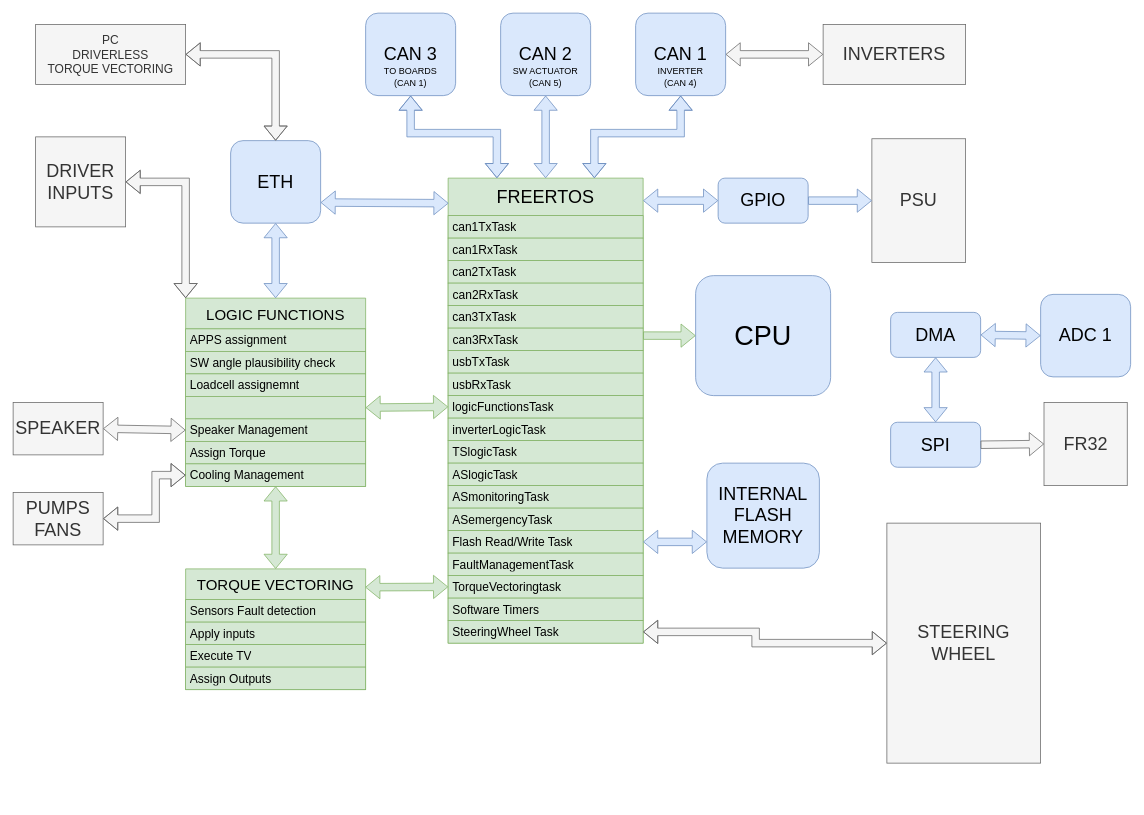
carloFerr/carloFerr keeps this draw.io diagram as VCUDP15firmwareScheme.drawio. Above is the earlier version. Source tidied: cells renumbered, new cells numbered last; positions are measured from the earlier drawing's top-left corner, leaving out a move shared by most shapes. Both pictures are drawn from the tidied source at 75%, with x=0, y=0 at pixel (13, 13).
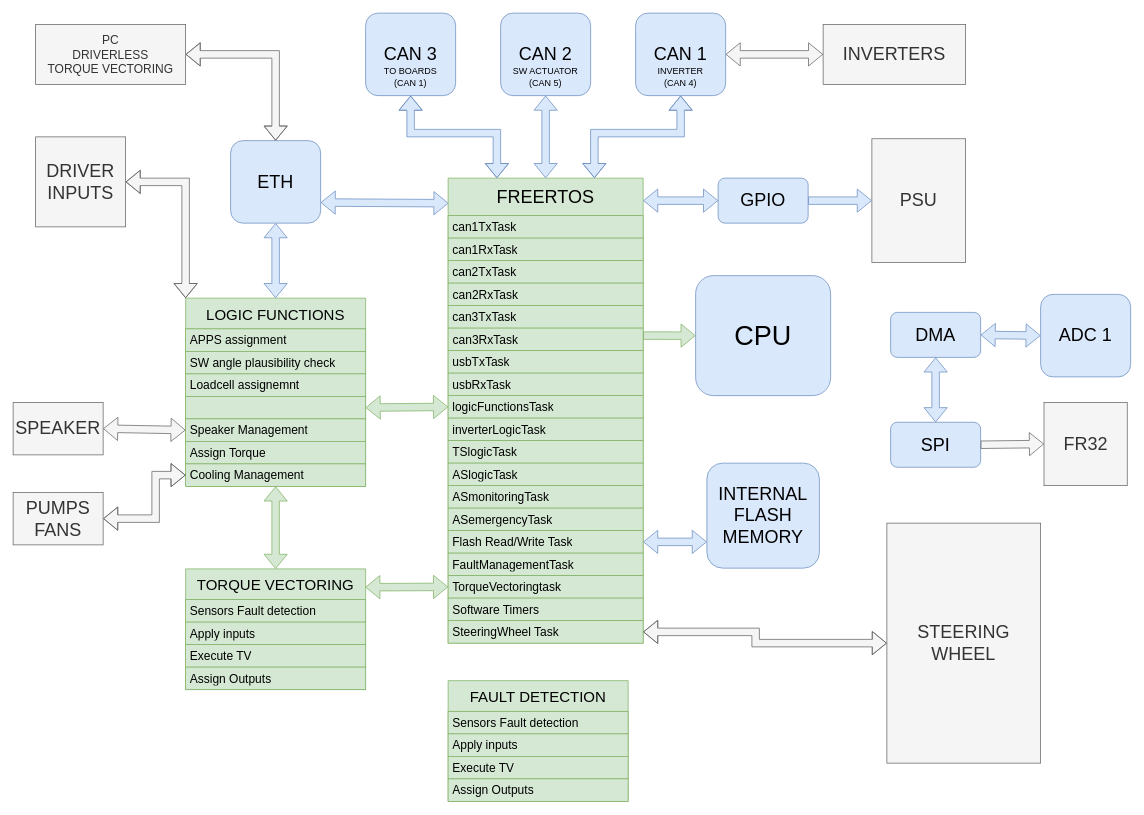
After the change.

The edit, as a diff of the source:
```diff
@@
+    <mxCell id="77" value="&lt;font style=&quot;font-size: 20px;&quot;&gt;FAULT DETECTION&lt;/font&gt;" style="swimlane;fontStyle=0;horizontal=1;startSize=41;whiteSpace=wrap;html=1;fillColor=#d5e8d4;strokeColor=#82b366;" parent="1" vertex="1">
+      <mxGeometry x="580" y="890" width="240" height="161" as="geometry" />
+    </mxCell>
+    <mxCell id="78" value="Sensors Fault detection" style="text;strokeColor=#82b366;fillColor=#d5e8d4;align=left;verticalAlign=middle;spacingLeft=4;spacingRight=4;overflow=hidden;whiteSpace=wrap;html=1;fontSize=16;" parent="77" vertex="1">
+      <mxGeometry y="41" width="240" height="30" as="geometry" />
+    </mxCell>
+    <mxCell id="79" value="Apply inputs" style="text;strokeColor=#82b366;fillColor=#d5e8d4;align=left;verticalAlign=middle;spacingLeft=4;spacingRight=4;overflow=hidden;whiteSpace=wrap;html=1;fontSize=16;" parent="77" vertex="1">
+      <mxGeometry y="71" width="240" height="30" as="geometry" />
+    </mxCell>
+    <mxCell id="80" value="Execute TV" style="text;strokeColor=#82b366;fillColor=#d5e8d4;align=left;verticalAlign=middle;spacingLeft=4;spacingRight=4;overflow=hidden;whiteSpace=wrap;html=1;fontSize=16;" parent="77" vertex="1">
+      <mxGeometry y="101" width="240" height="30" as="geometry" />
+    </mxCell>
+    <mxCell id="81" value="Assign Outputs" style="text;strokeColor=#82b366;fillColor=#d5e8d4;align=left;verticalAlign=middle;spacingLeft=4;spacingRight=4;overflow=hidden;whiteSpace=wrap;html=1;fontSize=16;" parent="77" vertex="1">
+      <mxGeometry y="131" width="240" height="30" as="geometry" />
+    </mxCell>
```
